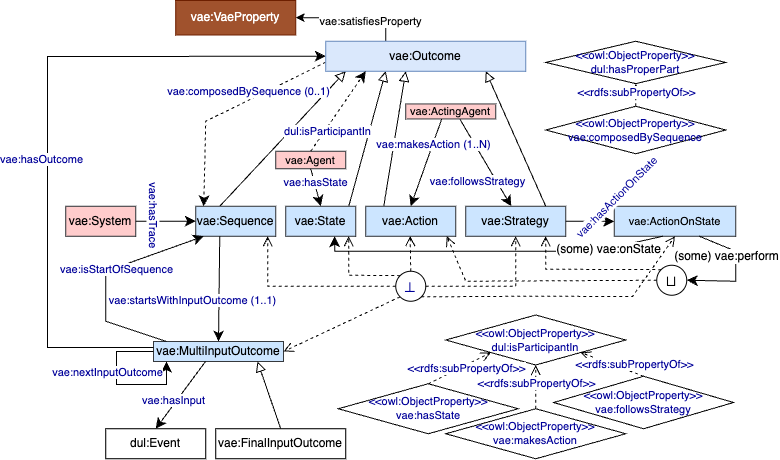
This is diagrams/diagram_vaeontology_CQG2.png from andresh26-uam/vae-ontology, a draw.io export, as it was before one commit. Source tidied: cells renumbered, new cells last; positions are measured from the earlier drawing's top-left corner, leaving out a move shared by most shapes.
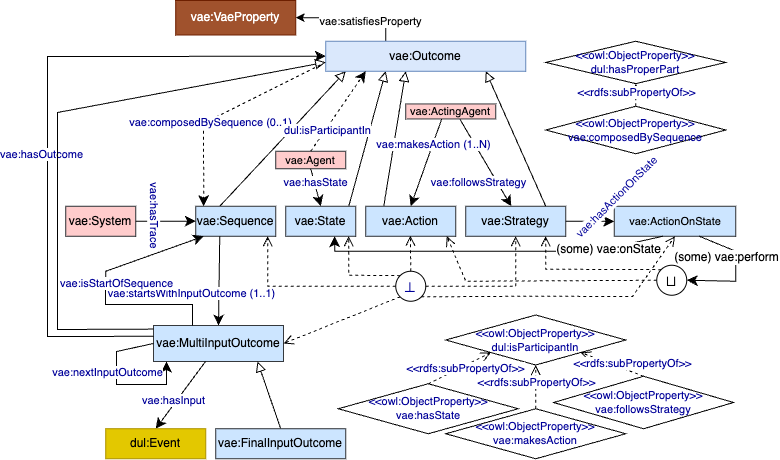
Above is the later version.

Change to the diagram source:
```diff
@@ -105,7 +105,7 @@
       </mxGeometry>
     </mxCell>
     <mxCell id="30" value="vae:MultiInputOutcome" style="rounded=0;whiteSpace=wrap;html=1;snapToPoint=1;points=[[0.1,0],[0.2,0],[0.3,0],[0.4,0],[0.5,0],[0.6,0],[0.7,0],[0.8,0],[0.9,0],[0,0.1],[0,0.3],[0,0.5],[0,0.7],[0,0.9],[0.1,1],[0.2,1],[0.3,1],[0.4,1],[0.5,1],[0.6,1],[0.7,1],[0.8,1],[0.9,1],[1,0.1],[1,0.3],[1,0.5],[1,0.7],[1,0.9]];fillColor=#cce5ff;strokeColor=#36393d;fontColor=default;" parent="1" vertex="1">
-      <mxGeometry x="106" y="341" width="130" height="20" as="geometry" />
+      <mxGeometry x="106" y="325" width="130" height="36" as="geometry" />
     </mxCell>
     <mxCell id="31" style="endArrow=open;html=1;fontColor=#000099;endFill=0;dashed=1;endSize=8;arcSize=0;rounded=0;labelBackgroundColor=default;strokeColor=default;align=center;verticalAlign=middle;fontFamily=Helvetica;fontSize=11;shape=connector;exitX=0;exitY=0.5;exitDx=0;exitDy=0;entryX=0.9;entryY=1;entryDx=0;entryDy=0;" parent="1" edge="1" source="15" target="27">
       <mxGeometry relative="1" as="geometry">
@@ -117,7 +117,7 @@
     <mxCell id="32" style="endArrow=classic;html=1;endSize=8;arcSize=0;rounded=0;labelBackgroundColor=default;strokeColor=default;align=center;verticalAlign=middle;fontFamily=Helvetica;fontSize=11;fontColor=#000099;shape=connector;entryX=0;entryY=0.5;entryDx=0;entryDy=0;exitX=0;exitY=0.3;exitDx=0;exitDy=0;" parent="1" edge="1" source="30" target="53">
       <mxGeometry relative="1" as="geometry">
         <Array as="points">
-          <mxPoint y="347" />
+          <mxPoint y="336" />
           <mxPoint y="56" />
         </Array>
       </mxGeometry>
@@ -130,7 +130,7 @@
     <mxCell id="34" style="edgeStyle=none;shape=connector;rounded=0;jettySize=auto;html=1;exitX=0.5;exitY=0;exitDx=0;exitDy=0;entryX=0.8;entryY=1;entryDx=0;entryDy=0;labelBackgroundColor=default;strokeColor=default;align=center;verticalAlign=middle;fontFamily=Helvetica;fontSize=11;fontColor=#000099;endArrow=block;endFill=0;endSize=8;" parent="1" edge="1" source="35" target="30">
       <mxGeometry relative="1" as="geometry" />
     </mxCell>
-    <mxCell id="35" value="vae:FinalInputOutcome" style="rounded=0;whiteSpace=wrap;html=1;snapToPoint=1;points=[[0.1,0],[0.2,0],[0.3,0],[0.4,0],[0.5,0],[0.6,0],[0.7,0],[0.8,0],[0.9,0],[0,0.1],[0,0.3],[0,0.5],[0,0.7],[0,0.9],[0.1,1],[0.2,1],[0.3,1],[0.4,1],[0.5,1],[0.6,1],[0.7,1],[0.8,1],[0.9,1],[1,0.1],[1,0.3],[1,0.5],[1,0.7],[1,0.9]];" parent="1" vertex="1">
+    <mxCell id="35" value="vae:FinalInputOutcome" style="rounded=0;whiteSpace=wrap;html=1;snapToPoint=1;points=[[0.1,0],[0.2,0],[0.3,0],[0.4,0],[0.5,0],[0.6,0],[0.7,0],[0.8,0],[0.9,0],[0,0.1],[0,0.3],[0,0.5],[0,0.7],[0,0.9],[0.1,1],[0.2,1],[0.3,1],[0.4,1],[0.5,1],[0.6,1],[0.7,1],[0.8,1],[0.9,1],[1,0.1],[1,0.3],[1,0.5],[1,0.7],[1,0.9]];fillColor=#cce5ff;strokeColor=#36393d;" parent="1" vertex="1">
       <mxGeometry x="168.2" y="428.2" width="130" height="30" as="geometry" />
     </mxCell>
     <mxCell id="36" style="edgeStyle=none;shape=connector;rounded=0;orthogonalLoop=1;jettySize=auto;html=1;exitX=0.7;exitY=0;exitDx=0;exitDy=0;labelBackgroundColor=default;strokeColor=default;align=center;verticalAlign=middle;fontFamily=Helvetica;fontSize=11;fontColor=#000099;endArrow=block;endFill=0;endSize=8;" parent="1" edge="1" source="35" target="35">
@@ -153,13 +153,13 @@
     <mxCell id="39" style="endArrow=classic;html=1;entryX=0.1;entryY=0;entryDx=0;entryDy=0;endSize=8;arcSize=0;rounded=0;labelBackgroundColor=default;strokeColor=default;align=center;verticalAlign=middle;fontFamily=Helvetica;fontSize=11;fontColor=#000099;shape=connector;exitX=0;exitY=0.7;exitDx=0;exitDy=0;dashed=1;" parent="1" edge="1" source="53" target="27">
       <mxGeometry relative="1" as="geometry">
         <Array as="points">
-          <mxPoint x="158.2" y="120.8" />
+          <mxPoint x="156" y="123" />
         </Array>
       </mxGeometry>
     </mxCell>
     <mxCell id="40" value="&lt;div&gt;vae:composedBySequence (0..1)&lt;/div&gt;" style="text;html=1;align=center;verticalAlign=middle;labelBackgroundColor=#ffffff;fontSize=11;fontFamily=Helvetica;fontColor=#000099;" parent="39" vertex="1">
       <mxGeometry x="-0.13" relative="1" as="geometry">
-        <mxPoint x="8" y="-14" as="offset" />
+        <mxPoint x="-31" y="17" as="offset" />
       </mxGeometry>
     </mxCell>
     <mxCell id="41" style="endArrow=classic;html=1;entryX=0;entryY=0.5;entryDx=0;entryDy=0;endSize=8;arcSize=0;rounded=0;labelBackgroundColor=default;strokeColor=default;align=center;verticalAlign=middle;fontFamily=Helvetica;fontSize=11;fontColor=#000099;shape=connector;exitX=1;exitY=0.5;exitDx=0;exitDy=0;" parent="1" edge="1" source="3" target="27">
@@ -178,7 +178,7 @@
         <mxPoint x="-11" y="9" as="offset" />
       </mxGeometry>
     </mxCell>
-    <mxCell id="45" value="dul:Event" style="rounded=0;whiteSpace=wrap;html=1;snapToPoint=1;points=[[0.1,0],[0.2,0],[0.3,0],[0.4,0],[0.5,0],[0.6,0],[0.7,0],[0.8,0],[0.9,0],[0,0.1],[0,0.3],[0,0.5],[0,0.7],[0,0.9],[0.1,1],[0.2,1],[0.3,1],[0.4,1],[0.5,1],[0.6,1],[0.7,1],[0.8,1],[0.9,1],[1,0.1],[1,0.3],[1,0.5],[1,0.7],[1,0.9]];" parent="1" vertex="1">
+    <mxCell id="45" value="dul:Event" style="rounded=0;whiteSpace=wrap;html=1;snapToPoint=1;points=[[0.1,0],[0.2,0],[0.3,0],[0.4,0],[0.5,0],[0.6,0],[0.7,0],[0.8,0],[0.9,0],[0,0.1],[0,0.3],[0,0.5],[0,0.7],[0,0.9],[0.1,1],[0.2,1],[0.3,1],[0.4,1],[0.5,1],[0.6,1],[0.7,1],[0.8,1],[0.9,1],[1,0.1],[1,0.3],[1,0.5],[1,0.7],[1,0.9]];fillColor=#e3c800;fontColor=#000000;strokeColor=#B09500;" parent="1" vertex="1">
       <mxGeometry x="58.2" y="428.2" width="100" height="30" as="geometry" />
     </mxCell>
     <mxCell id="46" value="vae:ActionOnState" style="rounded=0;whiteSpace=wrap;html=1;snapToPoint=1;points=[[0.1,0],[0.2,0],[0.3,0],[0.4,0],[0.5,0],[0.6,0],[0.7,0],[0.8,0],[0.9,0],[0,0.1],[0,0.3],[0,0.5],[0,0.7],[0,0.9],[0.1,1],[0.2,1],[0.3,1],[0.4,1],[0.5,1],[0.6,1],[0.7,1],[0.8,1],[0.9,1],[1,0.1],[1,0.3],[1,0.5],[1,0.7],[1,0.9]];fontFamily=Helvetica;fontSize=11;fillColor=#cce5ff;strokeColor=#36393d;" parent="1" vertex="1">
@@ -289,10 +289,11 @@
         <mxPoint x="16" y="-6" as="offset" />
       </mxGeometry>
     </mxCell>
-    <mxCell id="71" style="endArrow=classic;html=1;endSize=8;arcSize=0;rounded=0;labelBackgroundColor=default;strokeColor=default;align=center;verticalAlign=middle;fontFamily=Helvetica;fontSize=11;fontColor=#000099;shape=connector;exitX=0.1;exitY=0;exitDx=0;exitDy=0;entryX=0.1;entryY=1;entryDx=0;entryDy=0;" parent="1" edge="1" source="30" target="27">
+    <mxCell id="71" style="endArrow=classic;html=1;endSize=8;arcSize=0;rounded=0;labelBackgroundColor=default;strokeColor=default;align=center;verticalAlign=middle;fontFamily=Helvetica;fontSize=11;fontColor=#000099;shape=connector;exitX=0.3;exitY=0;exitDx=0;exitDy=0;entryX=0.1;entryY=1;entryDx=0;entryDy=0;" parent="1" edge="1" source="30" target="27">
       <mxGeometry relative="1" as="geometry">
         <Array as="points">
-          <mxPoint x="58.2" y="320.8" />
+          <mxPoint x="145" y="304" />
+          <mxPoint x="58" y="304" />
           <mxPoint x="58.2" y="270.8" />
         </Array>
       </mxGeometry>
@@ -313,5 +314,13 @@
     <mxCell id="74" style="endArrow=open;html=1;fontColor=#000099;endFill=0;dashed=1;endSize=8;entryX=1;entryY=0.5;entryDx=0;entryDy=0;arcSize=0;rounded=0;labelBackgroundColor=default;strokeColor=default;align=center;verticalAlign=middle;fontFamily=Helvetica;fontSize=11;shape=connector;exitX=0;exitY=1;exitDx=0;exitDy=0;" parent="1" edge="1" source="15" target="30">
       <mxGeometry relative="1" as="geometry" />
     </mxCell>
+    <mxCell id="75" style="edgeStyle=none;shape=connector;rounded=0;jettySize=auto;html=1;exitX=0;exitY=0.1;exitDx=0;exitDy=0;entryX=0;entryY=0.7;entryDx=0;entryDy=0;labelBackgroundColor=default;strokeColor=default;align=center;verticalAlign=middle;fontFamily=Helvetica;fontSize=11;fontColor=#000099;endArrow=block;endFill=0;endSize=8;" parent="1" edge="1" source="30" target="53">
+      <mxGeometry relative="1" as="geometry">
+        <Array as="points">
+          <mxPoint x="10" y="329" />
+          <mxPoint x="10" y="112" />
+        </Array>
+      </mxGeometry>
+    </mxCell>
   </root>
 </mxGraphModel>
```
